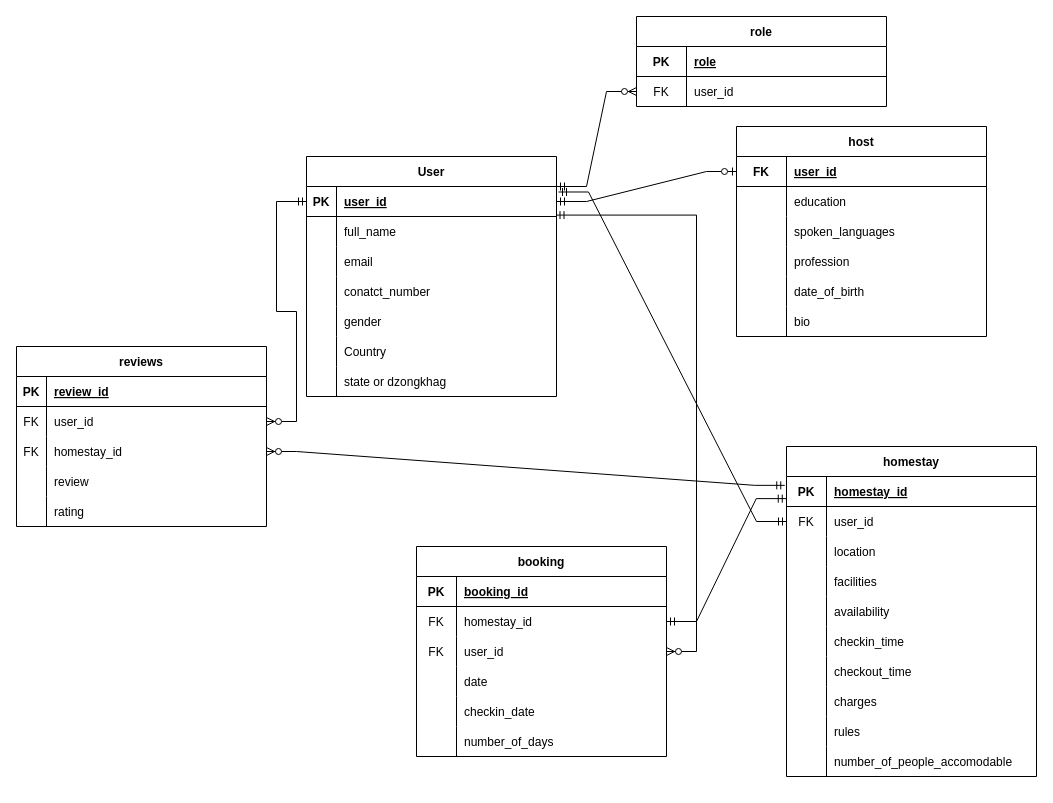
Above: database/ERD.drawio in tenze21/homestay-booking-app- (draw.io), before the change. Source tidied: cells renumbered, new cells numbered last; positions are measured from the earlier drawing's top-left corner, leaving out a move shared by most shapes. Both pictures are drawn from the tidied source at 100%, with x=0, y=0 at pixel (16, 16).
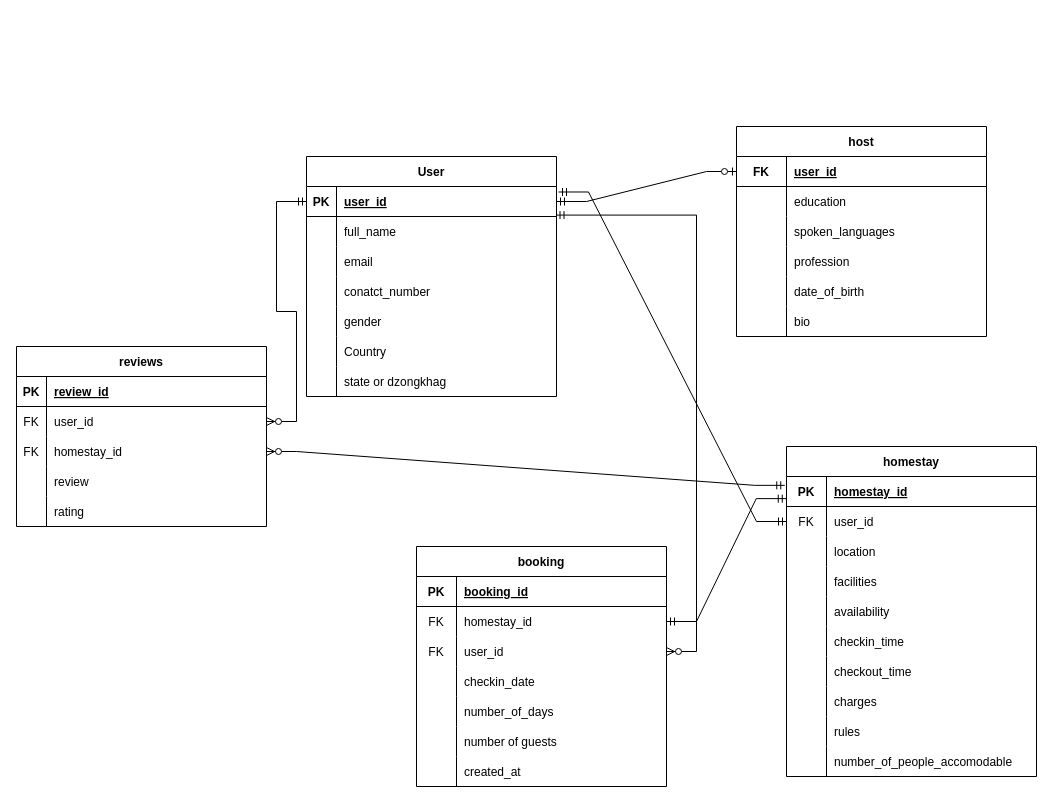
After the change.

The change refers to these unchanged cells:
```xml
<mxCell id="3" style="shape=partialRectangle;fillColor=none;points=[[0,0.5],[1,0.5]];portConstraint=eastwest;top=0;left=0;right=0;bottom=1;" parent="2" vertex="1">
  <mxGeometry y="30" width="250" height="30" as="geometry" />
</mxCell>
```

Diff of the diagram source:
```diff
@@
     <mxCell id="74" value="booking" style="shape=table;startSize=30;childLayout=tableLayout;rowLines=0;fontStyle=1;align=center;" parent="1" vertex="1">
-      <mxGeometry x="400" y="530" width="250" height="210" as="geometry" />
+      <mxGeometry x="400" y="530" width="250" height="240" as="geometry" />
     </mxCell>
@@
-    <mxCell id="84" style="shape=partialRectangle;fillColor=none;top=0;left=0;right=0;bottom=0;" parent="74" vertex="1">
-      <mxGeometry y="120" width="250" height="30" as="geometry" />
-    </mxCell>
-    <mxCell id="85" style="shape=partialRectangle;overflow=hidden;fillColor=none;top=0;left=0;bottom=0;right=0;" parent="84" vertex="1">
-      <mxGeometry width="40" height="30" as="geometry" />
-    </mxCell>
-    <mxCell id="86" value="date" style="shape=partialRectangle;overflow=hidden;fillColor=none;top=0;left=0;bottom=0;right=0;align=left;spacingLeft=6;" parent="84" vertex="1">
-      <mxGeometry x="40" width="210" height="30" as="geometry" />
-    </mxCell>
     <mxCell id="87" style="shape=partialRectangle;fillColor=none;top=0;left=0;right=0;bottom=0;" parent="74" vertex="1">
-      <mxGeometry y="150" width="250" height="30" as="geometry" />
+      <mxGeometry y="120" width="250" height="30" as="geometry" />
     </mxCell>
@@
     <mxCell id="90" style="shape=partialRectangle;fillColor=none;top=0;left=0;right=0;bottom=0;" parent="74" vertex="1">
-      <mxGeometry y="180" width="250" height="30" as="geometry" />
+      <mxGeometry y="150" width="250" height="30" as="geometry" />
     </mxCell>
@@
-    <mxCell id="93" style="edgeStyle=entityRelationEdgeStyle;fontSize=12;html=1;endArrow=ERzeroToMany;startArrow=ERmandOne;rounded=0;exitX=1;exitY=0;exitDx=0;exitDy=0;entryX=0;entryY=0.5;entryDx=0;entryDy=0;exitPerimeter=0;" parent="1" edge="1" source="3" target="119">
-      <mxGeometry relative="1" as="geometry" />
-    </mxCell>
+    <mxCell id="123" style="shape=partialRectangle;fillColor=none;top=0;left=0;right=0;bottom=0;" parent="74" vertex="1">
+      <mxGeometry y="180" width="250" height="30" as="geometry" />
+    </mxCell>
+    <mxCell id="124" style="shape=partialRectangle;overflow=hidden;fillColor=none;top=0;left=0;bottom=0;right=0;" parent="123" vertex="1">
+      <mxGeometry width="40" height="30" as="geometry" />
+    </mxCell>
+    <mxCell id="125" value="number of guests" style="shape=partialRectangle;overflow=hidden;fillColor=none;top=0;left=0;bottom=0;right=0;align=left;spacingLeft=6;" parent="123" vertex="1">
+      <mxGeometry x="40" width="210" height="30" as="geometry" />
+    </mxCell>
+    <mxCell id="126" style="shape=partialRectangle;fillColor=none;top=0;left=0;right=0;bottom=0;" parent="74" vertex="1">
+      <mxGeometry y="210" width="250" height="30" as="geometry" />
+    </mxCell>
+    <mxCell id="127" style="shape=partialRectangle;overflow=hidden;fillColor=none;top=0;left=0;bottom=0;right=0;" parent="126" vertex="1">
+      <mxGeometry width="40" height="30" as="geometry" />
+    </mxCell>
+    <mxCell id="128" value="created_at" style="shape=partialRectangle;overflow=hidden;fillColor=none;top=0;left=0;bottom=0;right=0;align=left;spacingLeft=6;" parent="126" vertex="1">
+      <mxGeometry x="40" width="210" height="30" as="geometry" />
+    </mxCell>
@@
-    <mxCell id="115" value="role" style="shape=table;startSize=30;childLayout=tableLayout;rowLines=0;fontStyle=1;align=center;" parent="1" vertex="1">
-      <mxGeometry x="620" width="250" height="90" as="geometry" />
-    </mxCell>
-    <mxCell id="116" style="shape=partialRectangle;fillColor=none;top=0;left=0;right=0;bottom=1;" parent="115" vertex="1">
-      <mxGeometry y="30" width="250" height="30" as="geometry" />
-    </mxCell>
-    <mxCell id="117" value="PK" style="shape=partialRectangle;overflow=hidden;fillColor=none;top=0;left=0;bottom=0;right=0;fontStyle=1;" parent="116" vertex="1">
-      <mxGeometry width="50" height="30" as="geometry" />
-    </mxCell>
-    <mxCell id="118" value="role" style="shape=partialRectangle;overflow=hidden;fillColor=none;top=0;left=0;bottom=0;right=0;align=left;spacingLeft=6;fontStyle=5;" parent="116" vertex="1">
-      <mxGeometry x="50" width="200" height="30" as="geometry" />
-    </mxCell>
-    <mxCell id="119" style="shape=partialRectangle;fillColor=none;points=[[0,0.5],[1,0.5]];portConstraint=eastwest;top=0;left=0;right=0;bottom=0;" parent="115" vertex="1">
-      <mxGeometry y="60" width="250" height="30" as="geometry" />
-    </mxCell>
-    <mxCell id="120" value="FK" style="shape=partialRectangle;overflow=hidden;fillColor=none;top=0;left=0;bottom=0;right=0;" parent="119" vertex="1">
-      <mxGeometry width="50" height="30" as="geometry" />
-    </mxCell>
-    <mxCell id="121" value="user_id" style="shape=partialRectangle;overflow=hidden;fillColor=none;top=0;left=0;bottom=0;right=0;align=left;spacingLeft=6;" parent="119" vertex="1">
-      <mxGeometry x="50" width="200" height="30" as="geometry" />
-    </mxCell>
```
